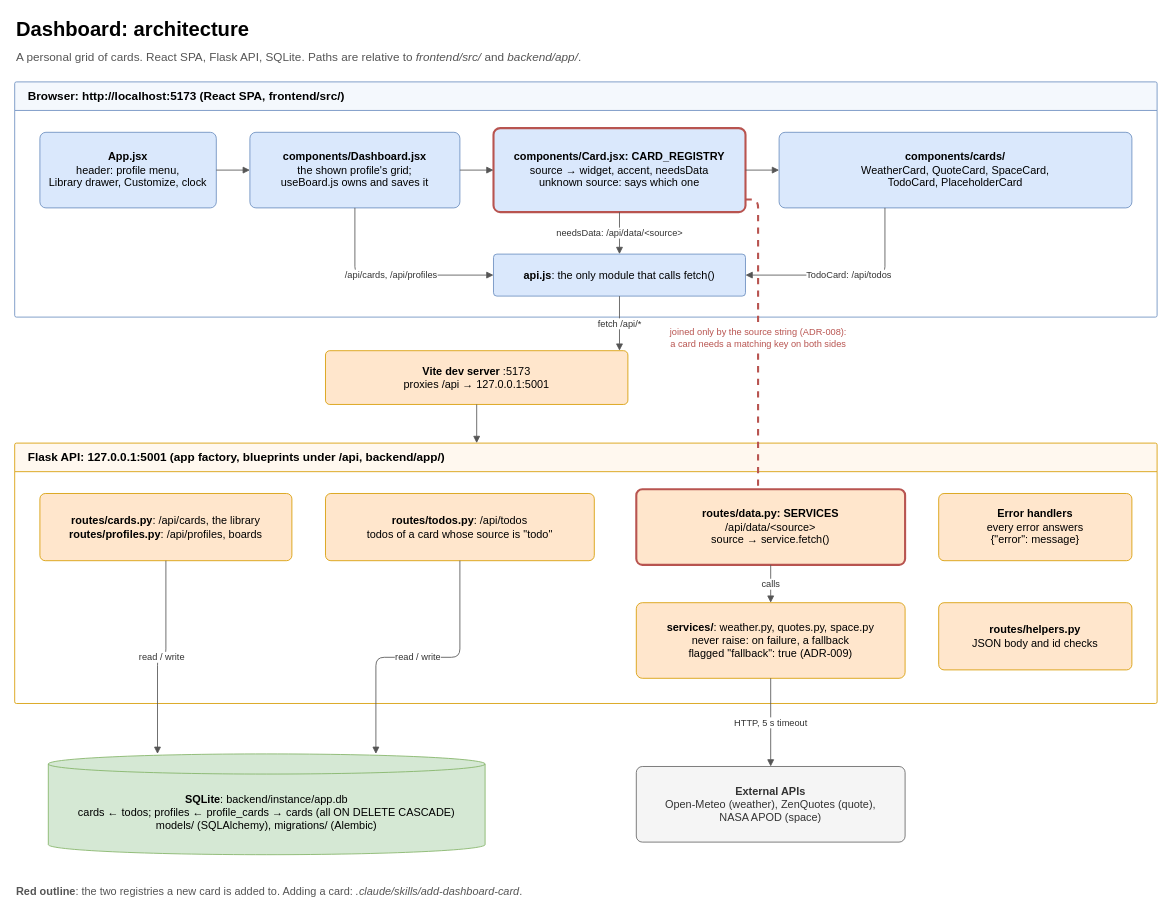
This is docs/architecture.drawio from rearc/agentic_ide_demo_app_public, a draw.io file, before an edit. Source tidied: cells renumbered, new cells numbered last; positions are measured from the earlier drawing's top-left corner, leaving out a move shared by most shapes. Both pictures are drawn from the tidied source at 84%, with x=0, y=0 at pixel (14, 14).
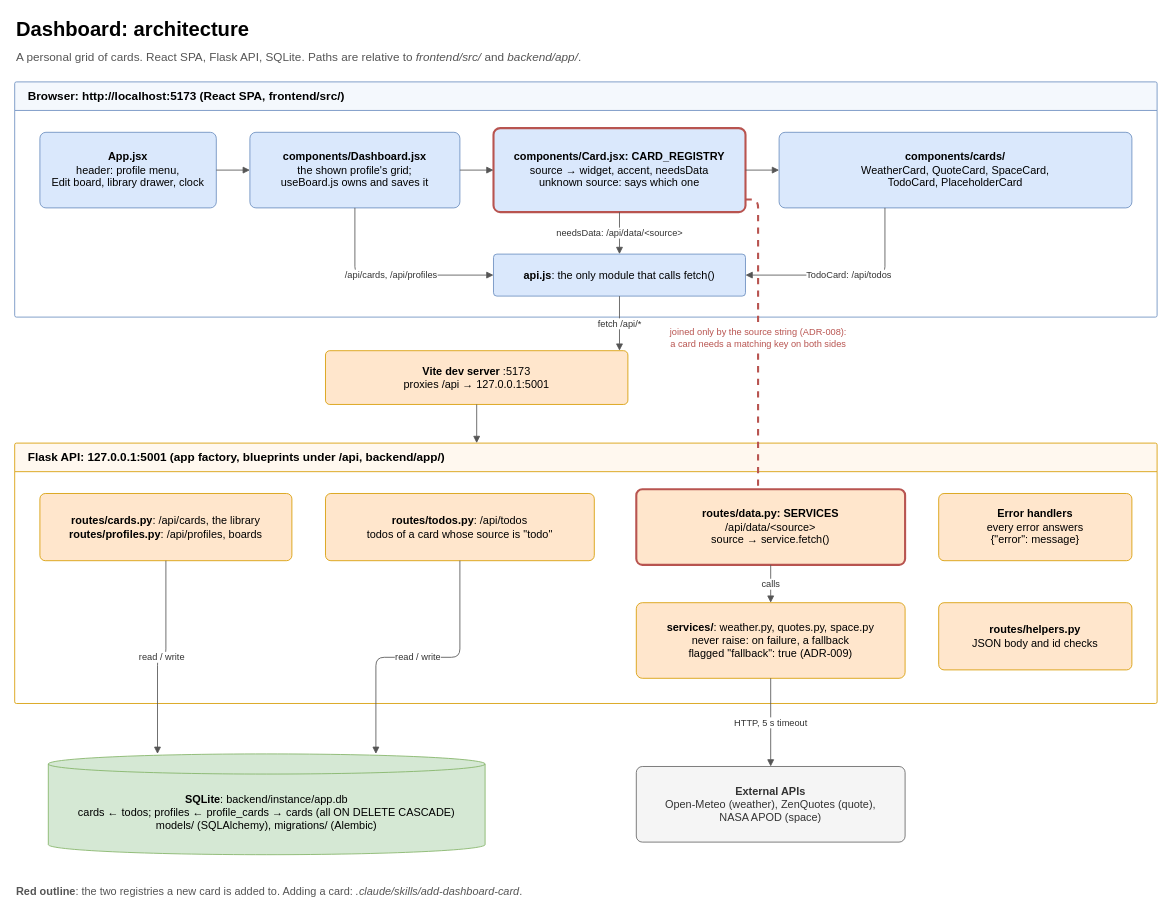
The same diagram, later.

Unchanged cells that the change refers to:
```xml
<mxCell id="4" value="Browser: http://localhost:5173 (React SPA, frontend/src/)" style="swimlane;startSize=34;html=1;fontSize=14;fontStyle=1;rounded=1;arcSize=2;swimlaneLine=1;align=left;spacingLeft=14;fillColor=#f4f8fd;strokeColor=#6c8ebf;swimlaneFillColor=#ffffff;" parent="1" vertex="1">
  <mxGeometry y="80" width="1360" height="280" as="geometry" />
</mxCell>
```

Change to the diagram source:
```diff
@@
-    <mxCell id="5" value="&lt;b&gt;App.jsx&lt;/b&gt;&lt;br&gt;header: profile menu,&lt;br&gt;Library drawer, Customize, clock" style="rounded=1;whiteSpace=wrap;html=1;arcSize=8;fontSize=13;spacing=8;fillColor=#dae8fc;strokeColor=#6c8ebf;" parent="4" vertex="1">
+    <mxCell id="5" value="&lt;b&gt;App.jsx&lt;/b&gt;&lt;br&gt;header: profile menu,&lt;br&gt;Edit board, library drawer, clock" style="rounded=1;whiteSpace=wrap;html=1;arcSize=8;fontSize=13;spacing=8;fillColor=#dae8fc;strokeColor=#6c8ebf;" parent="4" vertex="1">
       <mxGeometry x="30" y="60" width="210" height="90" as="geometry" />
     </mxCell>
```
